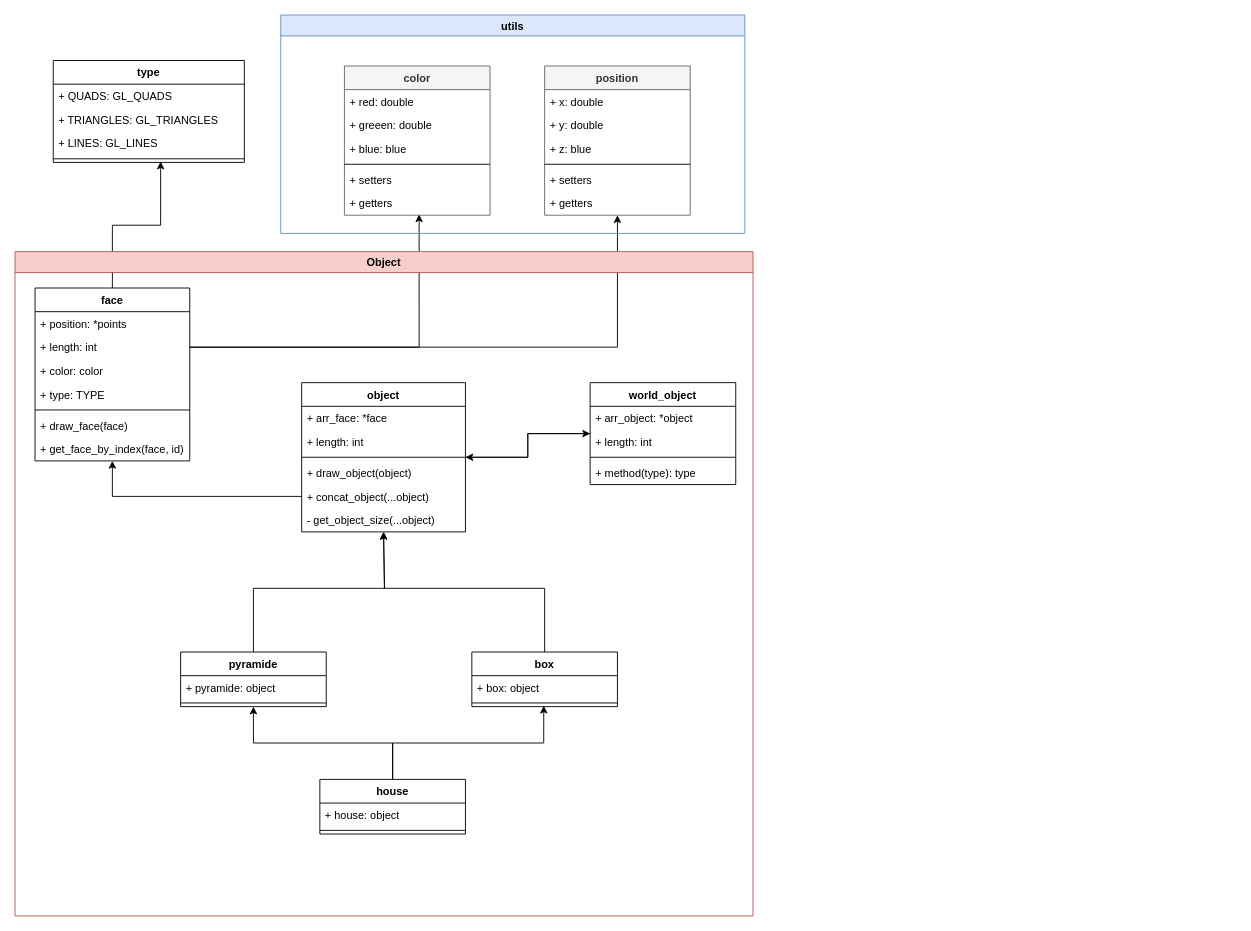
Before: docs/UML/src/UML_object.drawio in zestones/EinVolution, a draw.io diagram. Source tidied: cells renumbered, new cells numbered last; positions are measured from the earlier drawing's top-left corner, leaving out a move shared by most shapes. Both pictures are drawn from the tidied source at 91%, with x=0, y=0 at pixel (15, 15).
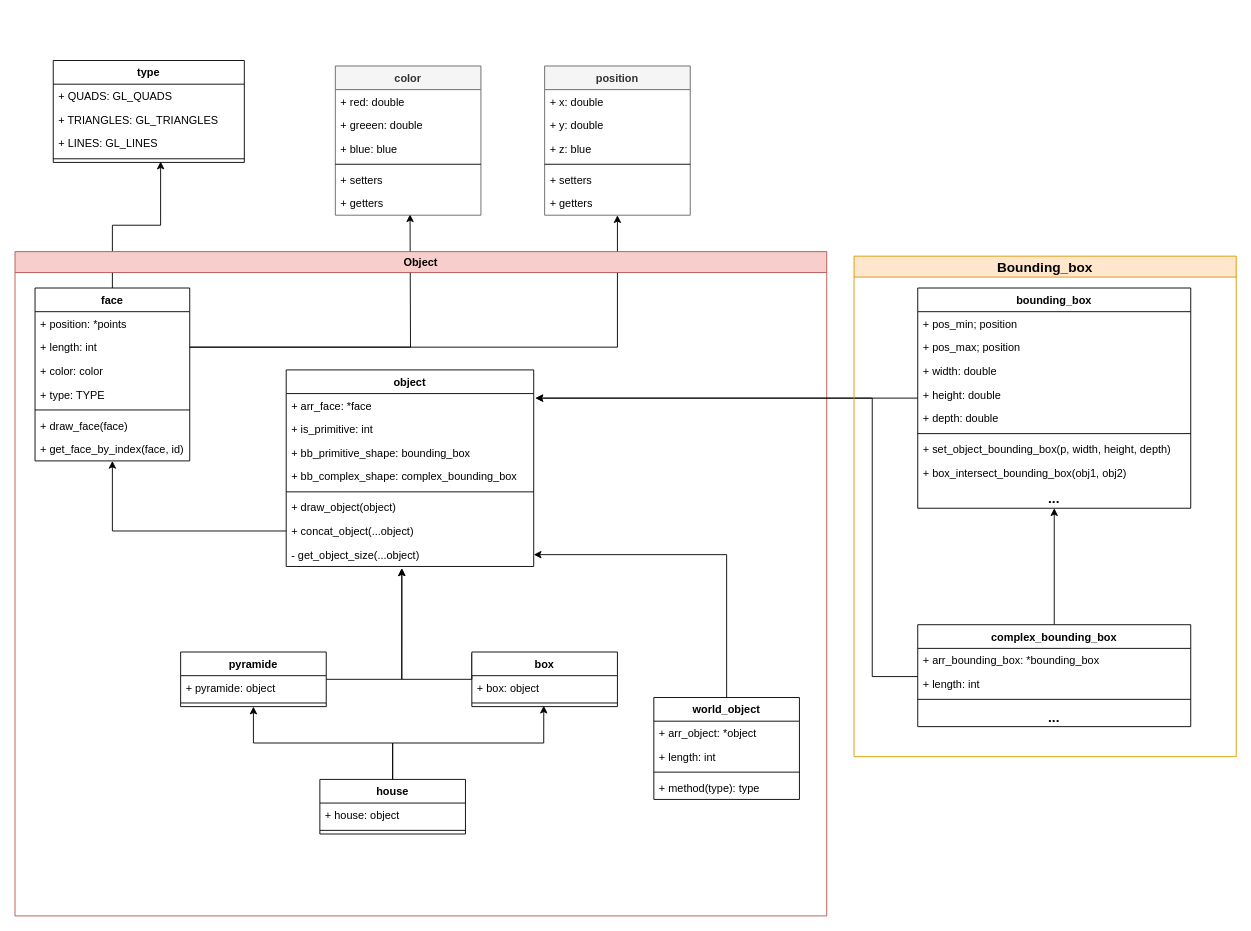
Above is the later version.

The change refers to these unchanged cells:
```xml
<mxCell id="3" value="pyramide" style="swimlane;fontStyle=1;align=center;verticalAlign=top;horizontal=1;startSize=26;" parent="1" vertex="1">
  <mxGeometry x="182" y="700" width="160" height="60" as="geometry" />
</mxCell>
<mxCell id="7" value="box" style="swimlane;fontStyle=1;align=center;verticalAlign=top;horizontal=1;startSize=26;" parent="1" vertex="1">
  <mxGeometry x="502" y="700" width="160" height="60" as="geometry" />
</mxCell>
<mxCell id="13" value="+ length: int" style="text;strokeColor=none;fillColor=none;align=left;verticalAlign=top;spacingLeft=4;spacingRight=4;overflow=hidden;points=[[0,0.5],[1,0.5]];portConstraint=eastwest;" parent="11" vertex="1">
  <mxGeometry y="52" width="170" height="26" as="geometry" />
</mxCell>
```

The edit, as a diff of the source:
```diff
@@
-    <mxCell id="2" style="edgeStyle=orthogonalEdgeStyle;rounded=0;jettySize=auto;html=1;entryX=0.5;entryY=1;entryDx=0;entryDy=0;" parent="1" edge="1" source="3" target="49">
-      <mxGeometry relative="1" as="geometry">
-        <Array as="points">
-          <mxPoint x="262" y="630" />
-          <mxPoint x="406" y="630" />
-        </Array>
-      </mxGeometry>
-    </mxCell>
+    <mxCell id="62" style="edgeStyle=orthogonalEdgeStyle;rounded=0;jettySize=auto;html=1;entryX=0.467;entryY=1.077;entryDx=0;entryDy=0;entryPerimeter=0;fontSize=15;" parent="1" edge="1" source="3" target="55">
+      <mxGeometry relative="1" as="geometry">
+        <Array as="points">
+          <mxPoint x="425" y="730" />
+        </Array>
+      </mxGeometry>
+    </mxCell>
@@
-    <mxCell id="6" style="edgeStyle=orthogonalEdgeStyle;rounded=0;jettySize=auto;html=1;entryX=0.5;entryY=1;entryDx=0;entryDy=0;" parent="1" edge="1" source="7" target="49">
-      <mxGeometry relative="1" as="geometry">
-        <Array as="points">
-          <mxPoint x="582" y="630" />
-          <mxPoint x="406" y="630" />
-        </Array>
-      </mxGeometry>
-    </mxCell>
+    <mxCell id="63" style="edgeStyle=orthogonalEdgeStyle;rounded=0;orthogonalLoop=1;jettySize=auto;html=1;entryX=0.471;entryY=1;entryDx=0;entryDy=0;entryPerimeter=0;fontSize=15;" parent="1" edge="1">
+      <mxGeometry relative="1" as="geometry">
+        <mxPoint x="581" y="702" as="sourcePoint" />
+        <mxPoint x="425.1" y="608" as="targetPoint" />
+        <Array as="points">
+          <mxPoint x="502" y="702" />
+          <mxPoint x="502" y="730" />
+          <mxPoint x="425" y="730" />
+        </Array>
+      </mxGeometry>
+    </mxCell>
@@
-    <mxCell id="19" style="edgeStyle=orthogonalEdgeStyle;rounded=0;jettySize=auto;html=1;entryX=0.513;entryY=0.962;entryDx=0;entryDy=0;entryPerimeter=0;" parent="1" edge="1" source="13" target="42">
-      <mxGeometry relative="1" as="geometry" />
+    <mxCell id="19" style="edgeStyle=orthogonalEdgeStyle;rounded=0;jettySize=auto;html=1;entryX=0.513;entryY=0.962;entryDx=0;entryDy=0;entryPerimeter=0;" parent="1" edge="1" source="13">
+      <mxGeometry relative="1" as="geometry">
+        <mxPoint x="434.1" y="219" as="targetPoint" />
+      </mxGeometry>
     </mxCell>
-    <mxCell id="20" style="edgeStyle=orthogonalEdgeStyle;rounded=0;jettySize=auto;html=1;exitX=1;exitY=0.5;exitDx=0;exitDy=0;entryX=0;entryY=0.5;entryDx=0;entryDy=0;" parent="1" edge="1" source="49" target="22">
-      <mxGeometry relative="1" as="geometry" />
-    </mxCell>
-    <mxCell id="21" style="edgeStyle=orthogonalEdgeStyle;rounded=0;jettySize=auto;html=1;entryX=1;entryY=0.5;entryDx=0;entryDy=0;" parent="1" edge="1" source="22" target="49">
-      <mxGeometry relative="1" as="geometry" />
-    </mxCell>
-    <mxCell id="22" value="world_object" style="swimlane;fontStyle=1;align=center;verticalAlign=top;horizontal=1;startSize=26;" parent="1" vertex="1">
-      <mxGeometry x="632" y="404" width="160" height="112" as="geometry" />
-    </mxCell>
-    <mxCell id="23" value="+ arr_object: *object" style="text;strokeColor=none;fillColor=none;align=left;verticalAlign=top;spacingLeft=4;spacingRight=4;overflow=hidden;" parent="22" vertex="1">
-      <mxGeometry y="26" width="160" height="26" as="geometry" />
-    </mxCell>
-    <mxCell id="24" value="+ length: int" style="text;strokeColor=none;fillColor=none;align=left;verticalAlign=top;spacingLeft=4;spacingRight=4;overflow=hidden;" parent="22" vertex="1">
-      <mxGeometry y="52" width="160" height="26" as="geometry" />
-    </mxCell>
-    <mxCell id="25" style="line;strokeWidth=1;fillColor=none;align=left;verticalAlign=middle;spacingTop=-1;spacingLeft=3;spacingRight=3;labelPosition=right;" parent="22" vertex="1">
-      <mxGeometry y="78" width="160" height="8" as="geometry" />
-    </mxCell>
-    <mxCell id="26" value="+ method(type): type" style="text;strokeColor=none;fillColor=none;align=left;verticalAlign=top;spacingLeft=4;spacingRight=4;overflow=hidden;" parent="22" vertex="1">
-      <mxGeometry y="86" width="160" height="26" as="geometry" />
-    </mxCell>
@@
-    <mxCell id="35" value="utils" style="swimlane;fillColor=#dae8fc;strokeColor=#6c8ebf;" parent="1" vertex="1">
-      <mxGeometry x="292" width="510" height="240" as="geometry" />
-    </mxCell>
-    <mxCell id="36" value="color" style="swimlane;fontStyle=1;align=center;verticalAlign=top;horizontal=1;startSize=26;fillColor=#f5f5f5;fontColor=#333333;strokeColor=#666666;" parent="35" vertex="1">
-      <mxGeometry x="70" y="56" width="160" height="164" as="geometry" />
-    </mxCell>
-    <mxCell id="37" value="+ red: double" style="text;strokeColor=none;fillColor=none;align=left;verticalAlign=top;spacingLeft=4;spacingRight=4;overflow=hidden;" parent="36" vertex="1">
-      <mxGeometry y="26" width="160" height="26" as="geometry" />
-    </mxCell>
-    <mxCell id="38" value="+ greeen: double" style="text;strokeColor=none;fillColor=none;align=left;verticalAlign=top;spacingLeft=4;spacingRight=4;overflow=hidden;" parent="36" vertex="1">
-      <mxGeometry y="52" width="160" height="26" as="geometry" />
-    </mxCell>
-    <mxCell id="39" value="+ blue: blue" style="text;strokeColor=none;fillColor=none;align=left;verticalAlign=top;spacingLeft=4;spacingRight=4;overflow=hidden;" parent="36" vertex="1">
-      <mxGeometry y="78" width="160" height="26" as="geometry" />
-    </mxCell>
-    <mxCell id="40" style="line;strokeWidth=1;fillColor=none;align=left;verticalAlign=middle;spacingTop=-1;spacingLeft=3;spacingRight=3;labelPosition=right;" parent="36" vertex="1">
-      <mxGeometry y="104" width="160" height="8" as="geometry" />
-    </mxCell>
-    <mxCell id="41" value="+ setters" style="text;strokeColor=none;fillColor=none;align=left;verticalAlign=top;spacingLeft=4;spacingRight=4;overflow=hidden;" parent="36" vertex="1">
-      <mxGeometry y="112" width="160" height="26" as="geometry" />
-    </mxCell>
-    <mxCell id="42" value="+ getters" style="text;strokeColor=none;fillColor=none;align=left;verticalAlign=top;spacingLeft=4;spacingRight=4;overflow=hidden;points=[[0,0.5],[1,0.5]];portConstraint=eastwest;" parent="36" vertex="1">
-      <mxGeometry y="138" width="160" height="26" as="geometry" />
-    </mxCell>
@@
     <mxCell id="48" value="Object" style="swimlane;fillColor=#f8cecc;strokeColor=#b85450;" parent="1" vertex="1">
-      <mxGeometry y="260" width="811" height="730" as="geometry" />
+      <mxGeometry y="260" width="892" height="730" as="geometry" />
     </mxCell>
     <mxCell id="49" value="object" style="swimlane;fontStyle=1;align=center;verticalAlign=top;horizontal=1;startSize=26;" parent="48" vertex="1">
-      <mxGeometry x="315" y="144" width="180" height="164" as="geometry" />
+      <mxGeometry x="298" y="130" width="272" height="216" as="geometry" />
     </mxCell>
     <mxCell id="50" value="+ arr_face: *face" style="text;strokeColor=none;fillColor=none;align=left;verticalAlign=top;spacingLeft=4;spacingRight=4;overflow=hidden;points=[[0,0.5],[1,0.5]];portConstraint=eastwest;" parent="49" vertex="1">
-      <mxGeometry y="26" width="180" height="26" as="geometry" />
+      <mxGeometry y="26" width="272" height="26" as="geometry" />
     </mxCell>
+    <mxCell id="64" value="+ is_primitive: int" style="text;strokeColor=none;fillColor=none;align=left;verticalAlign=top;spacingLeft=4;spacingRight=4;overflow=hidden;" parent="49" vertex="1">
+      <mxGeometry y="52" width="272" height="26" as="geometry" />
+    </mxCell>
-    <mxCell id="51" value="+ length: int" style="text;strokeColor=none;fillColor=none;align=left;verticalAlign=top;spacingLeft=4;spacingRight=4;overflow=hidden;" parent="49" vertex="1">
-      <mxGeometry y="52" width="180" height="26" as="geometry" />
+    <mxCell id="51" value="+ bb_primitive_shape: bounding_box" style="text;strokeColor=none;fillColor=none;align=left;verticalAlign=top;spacingLeft=4;spacingRight=4;overflow=hidden;" parent="49" vertex="1">
+      <mxGeometry y="78" width="272" height="26" as="geometry" />
     </mxCell>
+    <mxCell id="65" value="+ bb_complex_shape: complex_bounding_box" style="text;strokeColor=none;fillColor=none;align=left;verticalAlign=top;spacingLeft=4;spacingRight=4;overflow=hidden;" parent="49" vertex="1">
+      <mxGeometry y="104" width="272" height="26" as="geometry" />
+    </mxCell>
     <mxCell id="52" style="line;strokeWidth=1;fillColor=none;align=left;verticalAlign=middle;spacingTop=-1;spacingLeft=3;spacingRight=3;labelPosition=right;" parent="49" vertex="1">
-      <mxGeometry y="78" width="180" height="8" as="geometry" />
+      <mxGeometry y="130" width="272" height="8" as="geometry" />
     </mxCell>
     <mxCell id="53" value="+ draw_object(object)" style="text;strokeColor=none;fillColor=none;align=left;verticalAlign=top;spacingLeft=4;spacingRight=4;overflow=hidden;" parent="49" vertex="1">
-      <mxGeometry y="86" width="180" height="26" as="geometry" />
+      <mxGeometry y="138" width="272" height="26" as="geometry" />
     </mxCell>
     <mxCell id="54" value="+ concat_object(...object)" style="text;strokeColor=none;fillColor=none;align=left;verticalAlign=top;spacingLeft=4;spacingRight=4;overflow=hidden;points=[[0,0.5],[1,0.5]];portConstraint=eastwest;" parent="49" vertex="1">
-      <mxGeometry y="112" width="180" height="26" as="geometry" />
+      <mxGeometry y="164" width="272" height="26" as="geometry" />
     </mxCell>
     <mxCell id="55" value="- get_object_size(...object)" style="text;strokeColor=none;fillColor=none;align=left;verticalAlign=top;spacingLeft=4;spacingRight=4;overflow=hidden;points=[[0,0.5],[1,0.5]];portConstraint=eastwest;" parent="49" vertex="1">
-      <mxGeometry y="138" width="180" height="26" as="geometry" />
+      <mxGeometry y="190" width="272" height="26" as="geometry" />
     </mxCell>
@@
+    <mxCell id="22" value="world_object" style="swimlane;fontStyle=1;align=center;verticalAlign=top;horizontal=1;startSize=26;" parent="48" vertex="1">
+      <mxGeometry x="702" y="490" width="160" height="112" as="geometry" />
+    </mxCell>
+    <mxCell id="23" value="+ arr_object: *object" style="text;strokeColor=none;fillColor=none;align=left;verticalAlign=top;spacingLeft=4;spacingRight=4;overflow=hidden;" parent="22" vertex="1">
+      <mxGeometry y="26" width="160" height="26" as="geometry" />
+    </mxCell>
+    <mxCell id="24" value="+ length: int" style="text;strokeColor=none;fillColor=none;align=left;verticalAlign=top;spacingLeft=4;spacingRight=4;overflow=hidden;" parent="22" vertex="1">
+      <mxGeometry y="52" width="160" height="26" as="geometry" />
+    </mxCell>
+    <mxCell id="25" style="line;strokeWidth=1;fillColor=none;align=left;verticalAlign=middle;spacingTop=-1;spacingLeft=3;spacingRight=3;labelPosition=right;" parent="22" vertex="1">
+      <mxGeometry y="78" width="160" height="8" as="geometry" />
+    </mxCell>
+    <mxCell id="26" value="+ method(type): type" style="text;strokeColor=none;fillColor=none;align=left;verticalAlign=top;spacingLeft=4;spacingRight=4;overflow=hidden;" parent="22" vertex="1">
+      <mxGeometry y="86" width="160" height="26" as="geometry" />
+    </mxCell>
+    <mxCell id="21" style="edgeStyle=orthogonalEdgeStyle;rounded=0;jettySize=auto;html=1;entryX=1;entryY=0.5;entryDx=0;entryDy=0;" parent="48" edge="1" source="22" target="55">
+      <mxGeometry relative="1" as="geometry" />
+    </mxCell>
@@
+    <mxCell id="66" style="edgeStyle=orthogonalEdgeStyle;rounded=0;jettySize=auto;html=1;entryX=1.007;entryY=0.192;entryDx=0;entryDy=0;entryPerimeter=0;fontSize=15;" parent="1" edge="1" source="67" target="50">
+      <mxGeometry relative="1" as="geometry" />
+    </mxCell>
+    <mxCell id="67" value="bounding_box" style="swimlane;fontStyle=1;align=center;verticalAlign=top;horizontal=1;startSize=26;" parent="1" vertex="1">
+      <mxGeometry x="992" y="300" width="300" height="242" as="geometry" />
+    </mxCell>
+    <mxCell id="68" value="+ pos_min; position" style="text;strokeColor=none;fillColor=none;align=left;verticalAlign=top;spacingLeft=4;spacingRight=4;overflow=hidden;" parent="67" vertex="1">
+      <mxGeometry y="26" width="300" height="26" as="geometry" />
+    </mxCell>
+    <mxCell id="69" value="+ pos_max; position" style="text;strokeColor=none;fillColor=none;align=left;verticalAlign=top;spacingLeft=4;spacingRight=4;overflow=hidden;" parent="67" vertex="1">
+      <mxGeometry y="52" width="300" height="26" as="geometry" />
+    </mxCell>
+    <mxCell id="70" value="+ width: double" style="text;strokeColor=none;fillColor=none;align=left;verticalAlign=top;spacingLeft=4;spacingRight=4;overflow=hidden;" parent="67" vertex="1">
+      <mxGeometry y="78" width="300" height="26" as="geometry" />
+    </mxCell>
+    <mxCell id="71" value="+ height: double" style="text;strokeColor=none;fillColor=none;align=left;verticalAlign=top;spacingLeft=4;spacingRight=4;overflow=hidden;" parent="67" vertex="1">
+      <mxGeometry y="104" width="300" height="26" as="geometry" />
+    </mxCell>
+    <mxCell id="72" value="+ depth: double" style="text;strokeColor=none;fillColor=none;align=left;verticalAlign=top;spacingLeft=4;spacingRight=4;overflow=hidden;" parent="67" vertex="1">
+      <mxGeometry y="130" width="300" height="26" as="geometry" />
+    </mxCell>
+    <mxCell id="73" style="line;strokeWidth=1;fillColor=none;align=left;verticalAlign=middle;spacingTop=-1;spacingLeft=3;spacingRight=3;labelPosition=right;" parent="67" vertex="1">
+      <mxGeometry y="156" width="300" height="8" as="geometry" />
+    </mxCell>
+    <mxCell id="74" value="+ set_object_bounding_box(p, width, height, depth)" style="text;strokeColor=none;fillColor=none;align=left;verticalAlign=top;spacingLeft=4;spacingRight=4;overflow=hidden;" parent="67" vertex="1">
+      <mxGeometry y="164" width="300" height="26" as="geometry" />
+    </mxCell>
+    <mxCell id="75" value="+ box_intersect_bounding_box(obj1, obj2)" style="text;strokeColor=none;fillColor=none;align=left;verticalAlign=top;spacingLeft=4;spacingRight=4;overflow=hidden;" parent="67" vertex="1">
+      <mxGeometry y="190" width="300" height="26" as="geometry" />
+    </mxCell>
+    <mxCell id="76" value="..." style="text;strokeColor=none;fillColor=none;align=center;verticalAlign=top;spacingLeft=4;spacingRight=4;overflow=hidden;fontStyle=1;horizontal=1;fontSize=15;" parent="67" vertex="1">
+      <mxGeometry y="216" width="300" height="26" as="geometry" />
+    </mxCell>
+    <mxCell id="77" style="edgeStyle=orthogonalEdgeStyle;rounded=0;orthogonalLoop=1;jettySize=auto;html=1;fontSize=15;" parent="1" edge="1">
+      <mxGeometry relative="1" as="geometry">
+        <mxPoint x="992" y="727" as="sourcePoint" />
+        <mxPoint x="572" y="421" as="targetPoint" />
+        <Array as="points">
+          <mxPoint x="942" y="727" />
+          <mxPoint x="942" y="421" />
+        </Array>
+      </mxGeometry>
+    </mxCell>
+    <mxCell id="78" style="edgeStyle=orthogonalEdgeStyle;rounded=0;jettySize=auto;html=1;entryX=0.5;entryY=1;entryDx=0;entryDy=0;fontSize=15;" parent="1" edge="1" source="79" target="67">
+      <mxGeometry relative="1" as="geometry" />
+    </mxCell>
+    <mxCell id="79" value="complex_bounding_box" style="swimlane;fontStyle=1;align=center;verticalAlign=top;horizontal=1;startSize=26;" parent="1" vertex="1">
+      <mxGeometry x="992" y="670" width="300" height="112" as="geometry" />
+    </mxCell>
+    <mxCell id="80" value="+ arr_bounding_box: *bounding_box" style="text;strokeColor=none;fillColor=none;align=left;verticalAlign=top;spacingLeft=4;spacingRight=4;overflow=hidden;" parent="79" vertex="1">
+      <mxGeometry y="26" width="300" height="26" as="geometry" />
+    </mxCell>
+    <mxCell id="81" value="+ length: int" style="text;strokeColor=none;fillColor=none;align=left;verticalAlign=top;spacingLeft=4;spacingRight=4;overflow=hidden;" parent="79" vertex="1">
+      <mxGeometry y="52" width="300" height="26" as="geometry" />
+    </mxCell>
+    <mxCell id="82" style="line;strokeWidth=1;fillColor=none;align=left;verticalAlign=middle;spacingTop=-1;spacingLeft=3;spacingRight=3;labelPosition=right;" parent="79" vertex="1">
+      <mxGeometry y="78" width="300" height="8" as="geometry" />
+    </mxCell>
+    <mxCell id="83" value="..." style="text;strokeColor=none;fillColor=none;align=center;verticalAlign=top;spacingLeft=4;spacingRight=4;overflow=hidden;fontStyle=1;horizontal=1;fontSize=15;" parent="79" vertex="1">
+      <mxGeometry y="86" width="300" height="26" as="geometry" />
+    </mxCell>
+    <mxCell id="84" value="Bounding_box" style="swimlane;fontSize=15;fillColor=#ffe6cc;strokeColor=#d79b00;" parent="1" vertex="1">
+      <mxGeometry x="922" y="265" width="420" height="550" as="geometry" />
+    </mxCell>
+    <mxCell id="36" value="color" style="swimlane;fontStyle=1;align=center;verticalAlign=top;horizontal=1;startSize=26;fillColor=#f5f5f5;fontColor=#333333;strokeColor=#666666;" parent="1" vertex="1">
+      <mxGeometry x="352" y="56" width="160" height="164" as="geometry" />
+    </mxCell>
+    <mxCell id="37" value="+ red: double" style="text;strokeColor=none;fillColor=none;align=left;verticalAlign=top;spacingLeft=4;spacingRight=4;overflow=hidden;" parent="36" vertex="1">
+      <mxGeometry y="26" width="160" height="26" as="geometry" />
+    </mxCell>
+    <mxCell id="38" value="+ greeen: double" style="text;strokeColor=none;fillColor=none;align=left;verticalAlign=top;spacingLeft=4;spacingRight=4;overflow=hidden;" parent="36" vertex="1">
+      <mxGeometry y="52" width="160" height="26" as="geometry" />
+    </mxCell>
+    <mxCell id="39" value="+ blue: blue" style="text;strokeColor=none;fillColor=none;align=left;verticalAlign=top;spacingLeft=4;spacingRight=4;overflow=hidden;" parent="36" vertex="1">
+      <mxGeometry y="78" width="160" height="26" as="geometry" />
+    </mxCell>
+    <mxCell id="40" style="line;strokeWidth=1;fillColor=none;align=left;verticalAlign=middle;spacingTop=-1;spacingLeft=3;spacingRight=3;labelPosition=right;" parent="36" vertex="1">
+      <mxGeometry y="104" width="160" height="8" as="geometry" />
+    </mxCell>
+    <mxCell id="41" value="+ setters" style="text;strokeColor=none;fillColor=none;align=left;verticalAlign=top;spacingLeft=4;spacingRight=4;overflow=hidden;" parent="36" vertex="1">
+      <mxGeometry y="112" width="160" height="26" as="geometry" />
+    </mxCell>
+    <mxCell id="42" value="+ getters" style="text;strokeColor=none;fillColor=none;align=left;verticalAlign=top;spacingLeft=4;spacingRight=4;overflow=hidden;points=[[0,0.5],[1,0.5]];portConstraint=eastwest;" parent="36" vertex="1">
+      <mxGeometry y="138" width="160" height="26" as="geometry" />
+    </mxCell>
```
